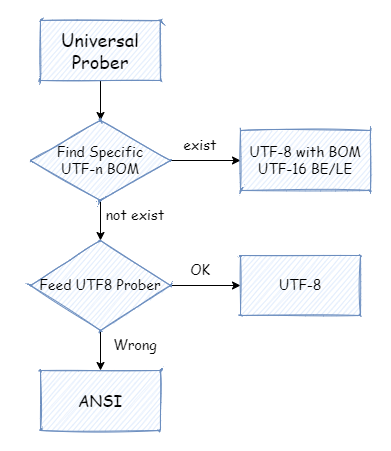
Before: chardet.png, a diagram exported from draw.io (ChenYuTong10/chardet). Source tidied: cells renumbered, new cells last; positions are measured from the earlier drawing's top-left corner, leaving out a move shared by most shapes.
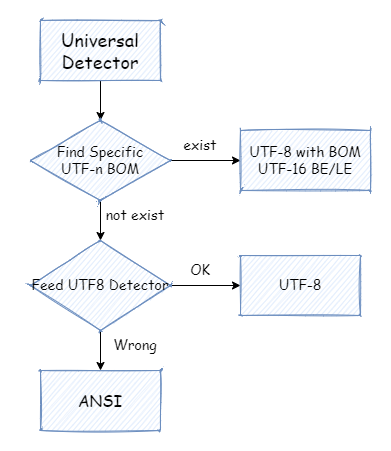
Above is the later version.

Commit message:
*: Change struct name from Prober to Detector

What changed in the source:
```diff
@@ -8,7 +8,7 @@
     <mxCell id="3" style="edgeStyle=orthogonalEdgeStyle;rounded=0;jettySize=auto;html=1;fontFamily=Comic Sans MS;fontSize=18;" parent="1" edge="1" source="4" target="7">
       <mxGeometry relative="1" as="geometry" />
     </mxCell>
-    <mxCell id="4" value="&lt;font face=&quot;Comic Sans MS&quot; style=&quot;font-size: 18px;&quot;&gt;Universal&lt;br&gt;Prober&lt;/font&gt;" style="rounded=1;whiteSpace=wrap;html=1;sketch=1;fillColor=#dae8fc;strokeColor=#6c8ebf;arcSize=0;" parent="1" vertex="1">
+    <mxCell id="4" value="&lt;font face=&quot;Comic Sans MS&quot; style=&quot;font-size: 18px;&quot;&gt;Universal&lt;br&gt;Detector&lt;/font&gt;" style="rounded=1;whiteSpace=wrap;html=1;sketch=1;fillColor=#dae8fc;strokeColor=#6c8ebf;arcSize=0;" parent="1" vertex="1">
       <mxGeometry x="40" y="20" width="120" height="60" as="geometry" />
     </mxCell>
     <mxCell id="5" style="edgeStyle=orthogonalEdgeStyle;rounded=0;jettySize=auto;html=1;fontFamily=Comic Sans MS;fontSize=14;" parent="1" edge="1" source="7" target="8">
@@ -35,7 +35,7 @@
     <mxCell id="12" style="edgeStyle=orthogonalEdgeStyle;rounded=0;jettySize=auto;html=1;" parent="1" edge="1" source="13" target="17">
       <mxGeometry relative="1" as="geometry" />
     </mxCell>
-    <mxCell id="13" value="&lt;font style=&quot;font-size: 14px;&quot;&gt;&lt;span style=&quot;font-family: &amp;quot;Comic Sans MS&amp;quot;;&quot;&gt;Feed UTF8 Prober&lt;/span&gt;&lt;br&gt;&lt;/font&gt;" style="rhombus;whiteSpace=wrap;html=1;fillColor=#dae8fc;strokeColor=#6c8ebf;rounded=1;sketch=1;arcSize=0;" parent="1" vertex="1">
+    <mxCell id="13" value="&lt;font style=&quot;font-size: 14px;&quot;&gt;&lt;span style=&quot;font-family: &amp;quot;Comic Sans MS&amp;quot;;&quot;&gt;Feed UTF8 Detector&lt;/span&gt;&lt;br&gt;&lt;/font&gt;" style="rhombus;whiteSpace=wrap;html=1;fillColor=#dae8fc;strokeColor=#6c8ebf;rounded=1;sketch=1;arcSize=0;" parent="1" vertex="1">
       <mxGeometry x="30" y="240" width="140" height="90" as="geometry" />
     </mxCell>
     <mxCell id="14" value="&lt;font style=&quot;font-size: 14px;&quot; face=&quot;Comic Sans MS&quot;&gt;UTF-8&lt;br&gt;&lt;/font&gt;" style="whiteSpace=wrap;html=1;fillColor=#dae8fc;strokeColor=#6c8ebf;rounded=1;sketch=1;arcSize=0;" parent="1" vertex="1">
```
